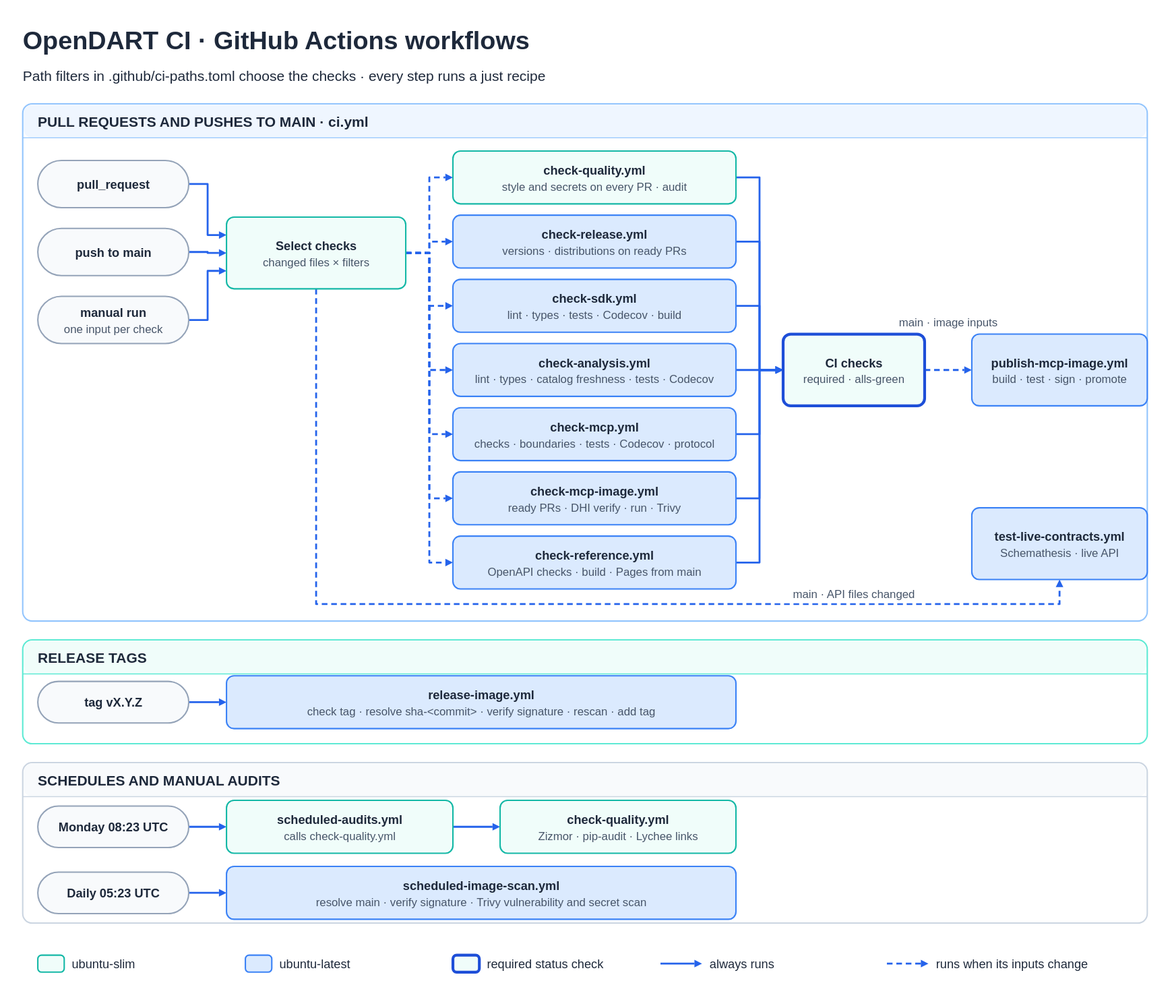
Earlier version of the draw.io export .github/workflows.svg (orestxherija/opendart). Source tidied: cells renumbered, new cells last; positions are measured from the earlier drawing's top-left corner, leaving out a move shared by most shapes.
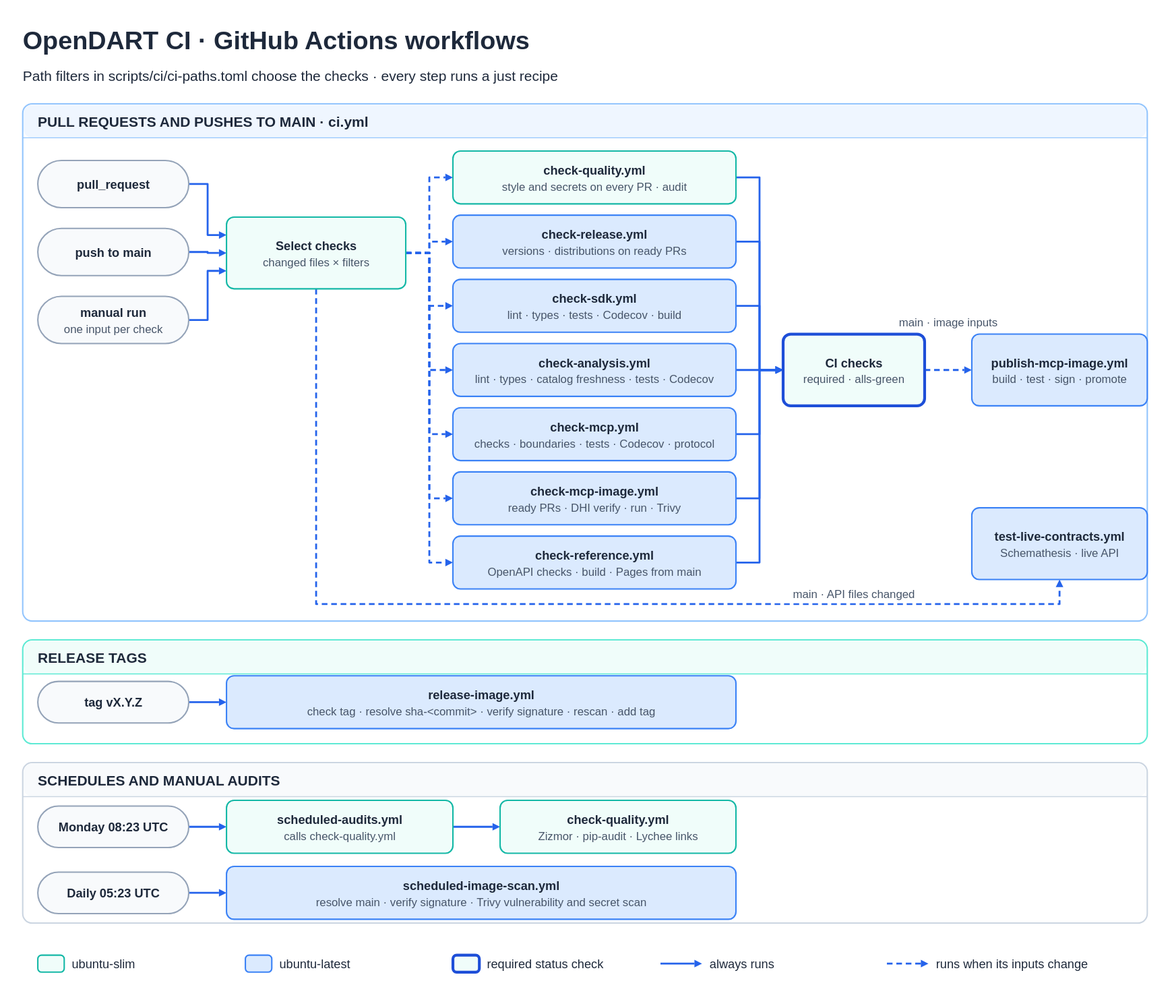
After the commit.

What changed in the source:
```diff
@@ -5,7 +5,7 @@
     <mxCell id="2" value="OpenDART CI · GitHub Actions workflows" style="text;html=1;fontFamily=Arial;fontSize=27;fontColor=#1e293b;fontStyle=1;align=left;verticalAlign=middle;" parent="1" vertex="1">
       <mxGeometry width="1192" height="38" as="geometry" />
     </mxCell>
-    <mxCell id="3" value="Path filters in .github/ci-paths.toml choose the checks · every step runs a just recipe" style="text;html=1;fontFamily=Arial;fontSize=15;fontColor=#1e293b;align=left;verticalAlign=middle;" parent="1" vertex="1">
+    <mxCell id="3" value="Path filters in scripts/ci/ci-paths.toml choose the checks · every step runs a just recipe" style="text;html=1;fontFamily=Arial;fontSize=15;fontColor=#1e293b;align=left;verticalAlign=middle;" parent="1" vertex="1">
       <mxGeometry y="46" width="1192" height="26" as="geometry" />
     </mxCell>
     <mxCell id="4" value="PULL REQUESTS AND PUSHES TO MAIN · ci.yml" style="swimlane;rounded=1;html=1;fontFamily=Arial;fontSize=15;fontColor=#1e293b;fontStyle=1;startSize=36;horizontal=1;align=left;spacingLeft=16;fillColor=#eff6ff;strokeColor=#93c5fd;strokeWidth=1.5;swimlaneFillColor=#ffffff;" parent="1" vertex="1">
```
